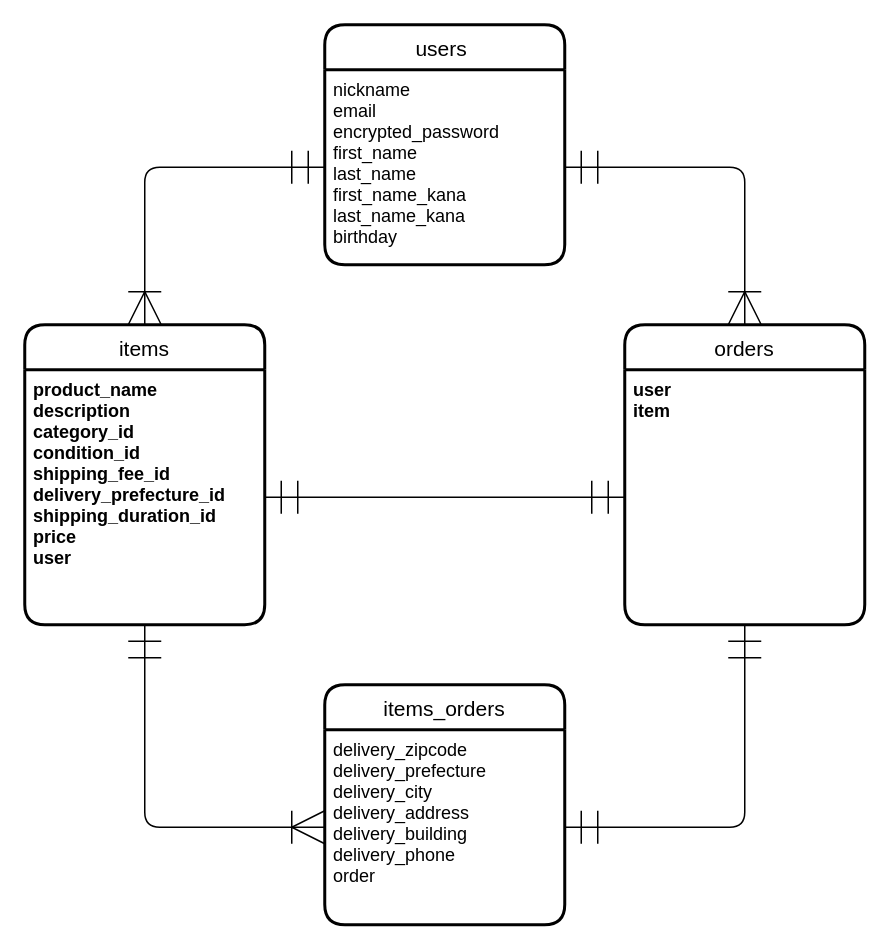
Before: ER図.dio in masanaga225150/furima-.39448, a draw.io diagram. Source tidied: cells renumbered, new cells numbered last; positions are measured from the earlier drawing's top-left corner, leaving out a move shared by most shapes. Both pictures are drawn from the tidied source at 150%, with x=0, y=0 at pixel (24, 24).
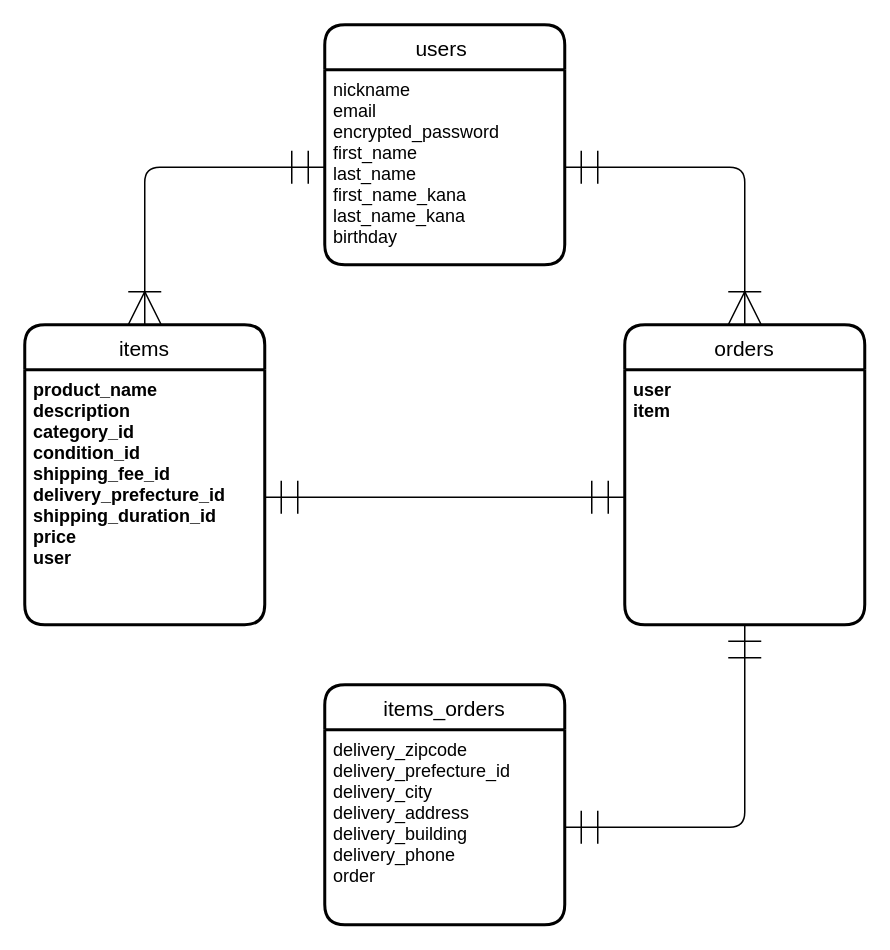
Above is the later version.

The edit, as a diff of the source:
```diff
@@
 <mxGraphModel>
   <root>
     <mxCell id="0" />
     <mxCell id="1" parent="0" />
     <mxCell id="2" value="users " style="swimlane;horizontal=1;startSize=30;rounded=1;fontSize=14;fontStyle=0;strokeWidth=2;shadow=0;dashed=0;align=center;" parent="1" vertex="1">
       <mxGeometry x="200" width="160" height="160" as="geometry" />
     </mxCell>
     <mxCell id="3" value="nickname&#10;email&#10;encrypted_password&#10;first_name&#10;last_name&#10;first_name_kana&#10;last_name_kana&#10;birthday" style="align=left;strokeColor=none;fillColor=none;spacingLeft=4;fontSize=12;verticalAlign=top;fontStyle=0;" parent="2" vertex="1">
       <mxGeometry y="30" width="160" height="130" as="geometry" />
     </mxCell>
     <mxCell id="4" value="items" style="swimlane;horizontal=1;startSize=30;rounded=1;fontSize=14;fontStyle=0;strokeWidth=2;shadow=0;dashed=0;align=center;" parent="1" vertex="1">
       <mxGeometry y="200" width="160" height="200" as="geometry" />
     </mxCell>
     <mxCell id="5" value="product_name&#10;description&#10;category_id&#10;condition_id&#10;shipping_fee_id&#10;delivery_prefecture_id&#10;shipping_duration_id&#10;price&#10;user" style="align=left;strokeColor=none;fillColor=none;spacingLeft=4;fontSize=12;verticalAlign=top;fontStyle=1;" parent="4" vertex="1">
       <mxGeometry y="30" width="160" height="170" as="geometry" />
     </mxCell>
     <mxCell id="6" value="orders" style="swimlane;horizontal=1;startSize=30;rounded=1;fontSize=14;fontStyle=0;strokeWidth=2;shadow=0;dashed=0;align=center;" parent="1" vertex="1">
       <mxGeometry x="400" y="200" width="160" height="200" as="geometry" />
     </mxCell>
     <mxCell id="7" value="user&#10;item" style="align=left;strokeColor=none;fillColor=none;spacingLeft=4;fontSize=12;verticalAlign=top;fontStyle=1;" parent="6" vertex="1">
       <mxGeometry y="30" width="160" height="170" as="geometry" />
     </mxCell>
     <mxCell id="8" style="edgeStyle=orthogonalEdgeStyle;fontSize=12;html=1;endArrow=ERoneToMany;startArrow=ERmandOne;exitX=0;exitY=0.5;exitDx=0;exitDy=0;entryX=0.5;entryY=0;entryDx=0;entryDy=0;startSize=20;endSize=20;" parent="1" edge="1" source="3" target="4">
       <mxGeometry relative="1" as="geometry" />
     </mxCell>
     <mxCell id="9" style="edgeStyle=orthogonalEdgeStyle;fontSize=12;html=1;endArrow=ERoneToMany;startArrow=ERmandOne;entryX=0.5;entryY=0;entryDx=0;entryDy=0;startSize=20;endSize=20;exitX=1;exitY=0.5;exitDx=0;exitDy=0;" parent="1" edge="1" source="3" target="6">
       <mxGeometry relative="1" as="geometry" />
     </mxCell>
     <mxCell id="10" value="items_orders" style="swimlane;horizontal=1;startSize=30;rounded=1;fontSize=14;fontStyle=0;strokeWidth=2;shadow=0;dashed=0;align=center;" parent="1" vertex="1">
       <mxGeometry x="200" y="440" width="160" height="160" as="geometry" />
     </mxCell>
-    <mxCell id="11" value="delivery_zipcode&#10;delivery_prefecture&#10;delivery_city&#10;delivery_address&#10;delivery_building&#10;delivery_phone&#10;order&#10;" style="align=left;strokeColor=none;fillColor=none;spacingLeft=4;fontSize=12;verticalAlign=top;" parent="10" vertex="1">
+    <mxCell id="11" value="delivery_zipcode&#10;delivery_prefecture_id&#10;delivery_city&#10;delivery_address&#10;delivery_building&#10;delivery_phone&#10;order&#10;" style="align=left;strokeColor=none;fillColor=none;spacingLeft=4;fontSize=12;verticalAlign=top;" parent="10" vertex="1">
       <mxGeometry y="30" width="160" height="130" as="geometry" />
     </mxCell>
-    <mxCell id="12" style="edgeStyle=orthogonalEdgeStyle;fontSize=12;html=1;endArrow=ERoneToMany;startArrow=ERmandOne;exitX=0.5;exitY=1;exitDx=0;exitDy=0;entryX=0;entryY=0.5;entryDx=0;entryDy=0;startSize=20;endSize=20;" parent="1" edge="1" source="5" target="11">
-      <mxGeometry relative="1" as="geometry" />
-    </mxCell>
     <mxCell id="13" style="edgeStyle=orthogonalEdgeStyle;fontSize=12;html=1;endArrow=ERmandOne;startArrow=ERmandOne;exitX=0.5;exitY=1;exitDx=0;exitDy=0;entryX=1;entryY=0.5;entryDx=0;entryDy=0;startSize=20;endSize=20;endFill=0;" parent="1" edge="1" source="7" target="11">
       <mxGeometry relative="1" as="geometry" />
     </mxCell>
     <mxCell id="14" style="edgeStyle=orthogonalEdgeStyle;fontSize=12;html=1;endArrow=ERmandOne;startArrow=ERmandOne;entryX=0;entryY=0.5;entryDx=0;entryDy=0;startSize=20;endSize=20;exitX=1;exitY=0.5;exitDx=0;exitDy=0;startFill=0;endFill=0;" parent="1" edge="1" source="5" target="7">
       <mxGeometry relative="1" as="geometry">
         <Array as="points">
           <mxPoint x="290" y="315" />
           <mxPoint x="290" y="315" />
         </Array>
       </mxGeometry>
     </mxCell>
   </root>
 </mxGraphModel>
```
